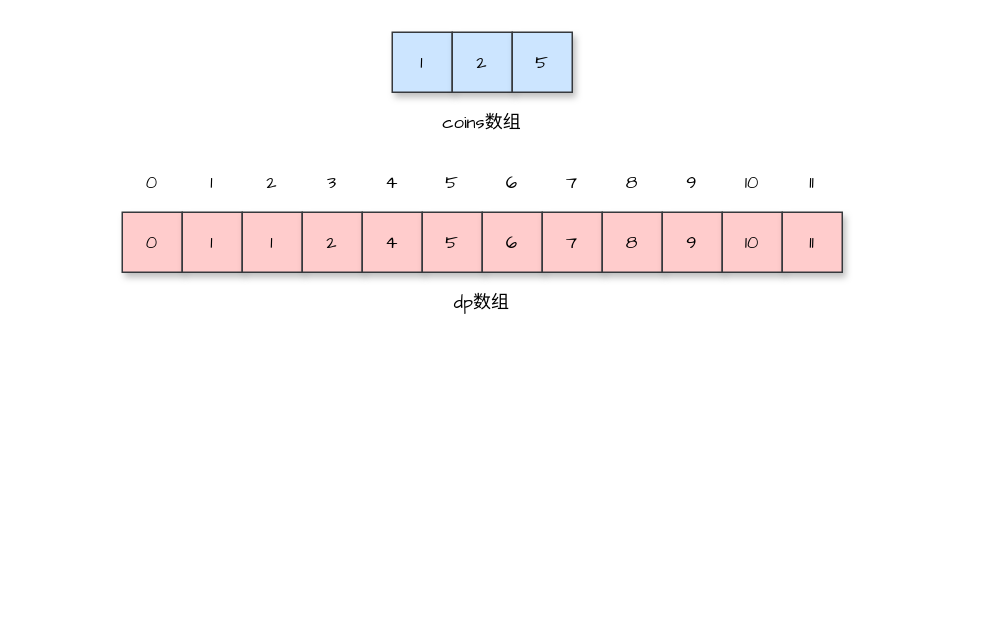
goldknife6/algorithm keeps this draw.io diagram as draw.io/零钱兑换.drawio. Above is the earlier version. Source tidied: cells renumbered, new cells numbered last; positions are measured from the earlier drawing's top-left corner, leaving out a move shared by most shapes. Both pictures are drawn from the tidied source at 150%, with x=0, y=0 at pixel (122, 32).
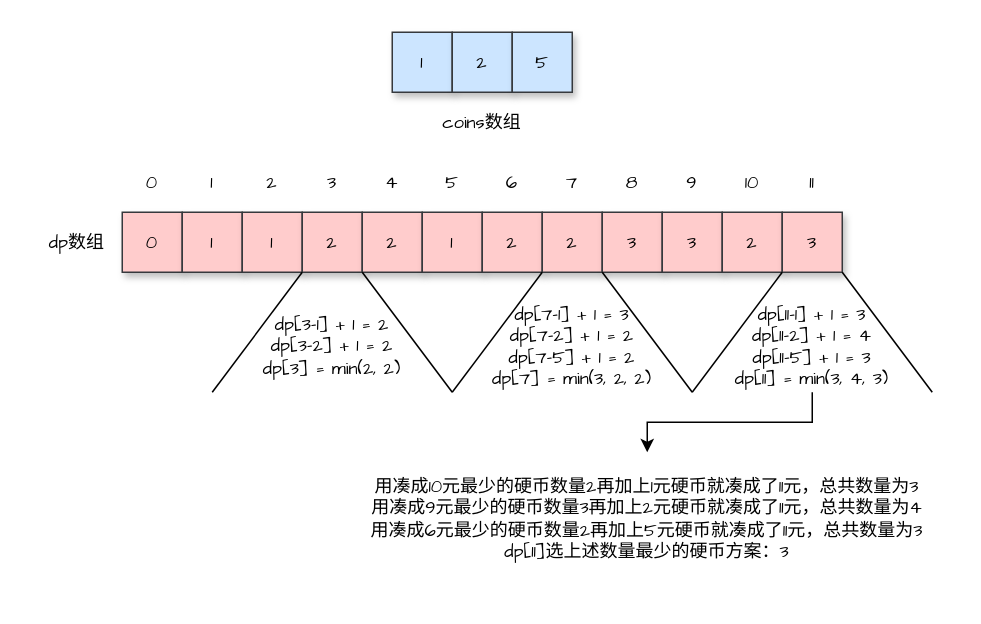
Above is the later version.

Commit message:
更新零钱兑换.drawio

Change to the diagram source:
```diff
@@
-    <mxCell id="22" value="&lt;font face=&quot;Comic Sans MS&quot;&gt;4&lt;/font&gt;" style="rounded=0;whiteSpace=wrap;html=1;fillColor=#ffcccc;strokeColor=#36393d;shadow=1;" parent="1" vertex="1">
+    <mxCell id="22" value="&lt;font face=&quot;Comic Sans MS&quot;&gt;2&lt;/font&gt;" style="rounded=0;whiteSpace=wrap;html=1;fillColor=#ffcccc;strokeColor=#36393d;shadow=1;" parent="1" vertex="1">
       <mxGeometry x="160" y="120" width="40" height="40" as="geometry" />
     </mxCell>
-    <mxCell id="23" value="&lt;font face=&quot;Comic Sans MS&quot;&gt;5&lt;/font&gt;" style="rounded=0;whiteSpace=wrap;html=1;fillColor=#ffcccc;strokeColor=#36393d;shadow=1;" parent="1" vertex="1">
+    <mxCell id="23" value="&lt;font face=&quot;Comic Sans MS&quot;&gt;1&lt;/font&gt;" style="rounded=0;whiteSpace=wrap;html=1;fillColor=#ffcccc;strokeColor=#36393d;shadow=1;" parent="1" vertex="1">
       <mxGeometry x="200" y="120" width="40" height="40" as="geometry" />
     </mxCell>
     <mxCell id="24" value="&lt;font face=&quot;Comic Sans MS&quot;&gt;dp数组&lt;/font&gt;" style="text;html=1;strokeColor=none;fillColor=none;align=center;verticalAlign=middle;whiteSpace=wrap;rounded=0;shadow=1;opacity=0;" parent="1" vertex="1">
-      <mxGeometry x="180" y="160" width="120" height="40" as="geometry" />
+      <mxGeometry x="-60" y="120" width="60" height="40" as="geometry" />
     </mxCell>
-    <mxCell id="25" value="&lt;font face=&quot;Comic Sans MS&quot;&gt;6&lt;/font&gt;" style="rounded=0;whiteSpace=wrap;html=1;fillColor=#ffcccc;strokeColor=#36393d;shadow=1;" parent="1" vertex="1">
+    <mxCell id="25" value="&lt;font face=&quot;Comic Sans MS&quot;&gt;2&lt;/font&gt;" style="rounded=0;whiteSpace=wrap;html=1;fillColor=#ffcccc;strokeColor=#36393d;shadow=1;" parent="1" vertex="1">
       <mxGeometry x="240" y="120" width="40" height="40" as="geometry" />
     </mxCell>
-    <mxCell id="26" value="&lt;font face=&quot;Comic Sans MS&quot;&gt;7&lt;/font&gt;" style="rounded=0;whiteSpace=wrap;html=1;fillColor=#ffcccc;strokeColor=#36393d;shadow=1;" parent="1" vertex="1">
+    <mxCell id="26" value="&lt;font face=&quot;Comic Sans MS&quot;&gt;2&lt;/font&gt;" style="rounded=0;whiteSpace=wrap;html=1;fillColor=#ffcccc;strokeColor=#36393d;shadow=1;" parent="1" vertex="1">
       <mxGeometry x="280" y="120" width="40" height="40" as="geometry" />
     </mxCell>
-    <mxCell id="27" value="&lt;font face=&quot;Comic Sans MS&quot;&gt;8&lt;/font&gt;" style="rounded=0;whiteSpace=wrap;html=1;fillColor=#ffcccc;strokeColor=#36393d;shadow=1;" parent="1" vertex="1">
+    <mxCell id="27" value="&lt;font face=&quot;Comic Sans MS&quot;&gt;3&lt;/font&gt;" style="rounded=0;whiteSpace=wrap;html=1;fillColor=#ffcccc;strokeColor=#36393d;shadow=1;" parent="1" vertex="1">
       <mxGeometry x="320" y="120" width="40" height="40" as="geometry" />
     </mxCell>
-    <mxCell id="28" value="&lt;font face=&quot;Comic Sans MS&quot;&gt;9&lt;/font&gt;" style="rounded=0;whiteSpace=wrap;html=1;fillColor=#ffcccc;strokeColor=#36393d;shadow=1;" parent="1" vertex="1">
+    <mxCell id="28" value="&lt;font face=&quot;Comic Sans MS&quot;&gt;3&lt;/font&gt;" style="rounded=0;whiteSpace=wrap;html=1;fillColor=#ffcccc;strokeColor=#36393d;shadow=1;" parent="1" vertex="1">
       <mxGeometry x="360" y="120" width="40" height="40" as="geometry" />
     </mxCell>
-    <mxCell id="29" value="&lt;font face=&quot;Comic Sans MS&quot;&gt;10&lt;/font&gt;" style="rounded=0;whiteSpace=wrap;html=1;fillColor=#ffcccc;strokeColor=#36393d;shadow=1;" parent="1" vertex="1">
+    <mxCell id="29" value="&lt;font face=&quot;Comic Sans MS&quot;&gt;2&lt;/font&gt;" style="rounded=0;whiteSpace=wrap;html=1;fillColor=#ffcccc;strokeColor=#36393d;shadow=1;" parent="1" vertex="1">
       <mxGeometry x="400" y="120" width="40" height="40" as="geometry" />
     </mxCell>
-    <mxCell id="30" value="&lt;font face=&quot;Comic Sans MS&quot;&gt;11&lt;/font&gt;" style="rounded=0;whiteSpace=wrap;html=1;fillColor=#ffcccc;strokeColor=#36393d;shadow=1;" parent="1" vertex="1">
+    <mxCell id="30" value="&lt;font face=&quot;Comic Sans MS&quot;&gt;3&lt;/font&gt;" style="rounded=0;whiteSpace=wrap;html=1;fillColor=#ffcccc;strokeColor=#36393d;shadow=1;" parent="1" vertex="1">
       <mxGeometry x="440" y="120" width="40" height="40" as="geometry" />
     </mxCell>
+    <mxCell id="31" style="endArrow=none;html=1;rounded=0;fontFamily=Comic Sans MS;entryX=1;entryY=1;entryDx=0;entryDy=0;" parent="1" edge="1">
+      <mxGeometry relative="1" as="geometry">
+        <mxPoint x="380" y="240" as="sourcePoint" />
+        <mxPoint x="440" y="160" as="targetPoint" />
+      </mxGeometry>
+    </mxCell>
+    <mxCell id="32" style="endArrow=none;html=1;rounded=0;fontFamily=Comic Sans MS;exitX=1;exitY=1;exitDx=0;exitDy=0;" parent="1" edge="1">
+      <mxGeometry relative="1" as="geometry">
+        <mxPoint x="480" y="160" as="sourcePoint" />
+        <mxPoint x="540" y="240" as="targetPoint" />
+      </mxGeometry>
+    </mxCell>
+    <mxCell id="33" style="edgeStyle=orthogonalEdgeStyle;rounded=0;jettySize=auto;html=1;exitX=0.5;exitY=1;exitDx=0;exitDy=0;entryX=0.5;entryY=0;entryDx=0;entryDy=0;fontFamily=Comic Sans MS;" parent="1" edge="1" source="34" target="41">
+      <mxGeometry relative="1" as="geometry" />
+    </mxCell>
+    <mxCell id="34" value="dp[11-1] + 1 = 3&lt;br&gt;dp[11-2] + 1 = 4&lt;br&gt;dp[11-5] + 1 = 3&lt;br&gt;dp[11] = min(3, 4, 3)" style="text;html=1;strokeColor=none;fillColor=none;align=center;verticalAlign=middle;whiteSpace=wrap;rounded=0;shadow=1;fontFamily=Comic Sans MS;opacity=0;" parent="1" vertex="1">
+      <mxGeometry x="400" y="180" width="120" height="60" as="geometry" />
+    </mxCell>
+    <mxCell id="35" style="endArrow=none;html=1;rounded=0;fontFamily=Comic Sans MS;entryX=1;entryY=1;entryDx=0;entryDy=0;" parent="1" edge="1">
+      <mxGeometry relative="1" as="geometry">
+        <mxPoint x="220" y="240" as="sourcePoint" />
+        <mxPoint x="280" y="160" as="targetPoint" />
+      </mxGeometry>
+    </mxCell>
+    <mxCell id="36" style="endArrow=none;html=1;rounded=0;fontFamily=Comic Sans MS;exitX=1;exitY=1;exitDx=0;exitDy=0;" parent="1" edge="1">
+      <mxGeometry relative="1" as="geometry">
+        <mxPoint x="320" y="160" as="sourcePoint" />
+        <mxPoint x="380" y="240" as="targetPoint" />
+      </mxGeometry>
+    </mxCell>
+    <mxCell id="37" value="dp[7-1] + 1 = 3&lt;br&gt;dp[7-2] + 1 = 2&lt;br&gt;dp[7-5] + 1 = 2&lt;br&gt;dp[7] = min(3, 2, 2)" style="text;html=1;strokeColor=none;fillColor=none;align=center;verticalAlign=middle;whiteSpace=wrap;rounded=0;shadow=1;fontFamily=Comic Sans MS;opacity=0;" parent="1" vertex="1">
+      <mxGeometry x="240" y="180" width="120" height="60" as="geometry" />
+    </mxCell>
+    <mxCell id="38" style="endArrow=none;html=1;rounded=0;fontFamily=Comic Sans MS;entryX=1;entryY=1;entryDx=0;entryDy=0;" parent="1" edge="1">
+      <mxGeometry relative="1" as="geometry">
+        <mxPoint x="60" y="240" as="sourcePoint" />
+        <mxPoint x="120" y="160" as="targetPoint" />
+      </mxGeometry>
+    </mxCell>
+    <mxCell id="39" style="endArrow=none;html=1;rounded=0;fontFamily=Comic Sans MS;exitX=1;exitY=1;exitDx=0;exitDy=0;" parent="1" edge="1">
+      <mxGeometry relative="1" as="geometry">
+        <mxPoint x="160" y="160" as="sourcePoint" />
+        <mxPoint x="220" y="240" as="targetPoint" />
+      </mxGeometry>
+    </mxCell>
+    <mxCell id="40" value="dp[3-1] + 1 = 2&lt;br&gt;dp[3-2] + 1 = 2&lt;br&gt;dp[3] = min(2, 2)" style="text;html=1;strokeColor=none;fillColor=none;align=center;verticalAlign=middle;whiteSpace=wrap;rounded=0;shadow=1;fontFamily=Comic Sans MS;opacity=0;" parent="1" vertex="1">
+      <mxGeometry x="80" y="180" width="120" height="60" as="geometry" />
+    </mxCell>
+    <mxCell id="41" value="用凑成10元最少的硬币数量2再加上1元硬币就凑成了11元，总共数量为3&lt;br&gt;用凑成9元最少的硬币数量3再加上2元硬币就凑成了11元，总共数量为4&lt;br&gt;用凑成6元最少的硬币数量2再加上5元硬币就凑成了11元，总共数量为3&lt;br&gt;dp[11]选上述数量最少的硬币方案：3" style="text;html=1;strokeColor=none;fillColor=none;align=center;verticalAlign=middle;whiteSpace=wrap;rounded=0;shadow=1;fontFamily=Comic Sans MS;opacity=0;" parent="1" vertex="1">
+      <mxGeometry x="150" y="280" width="400" height="90" as="geometry" />
+    </mxCell>
```
